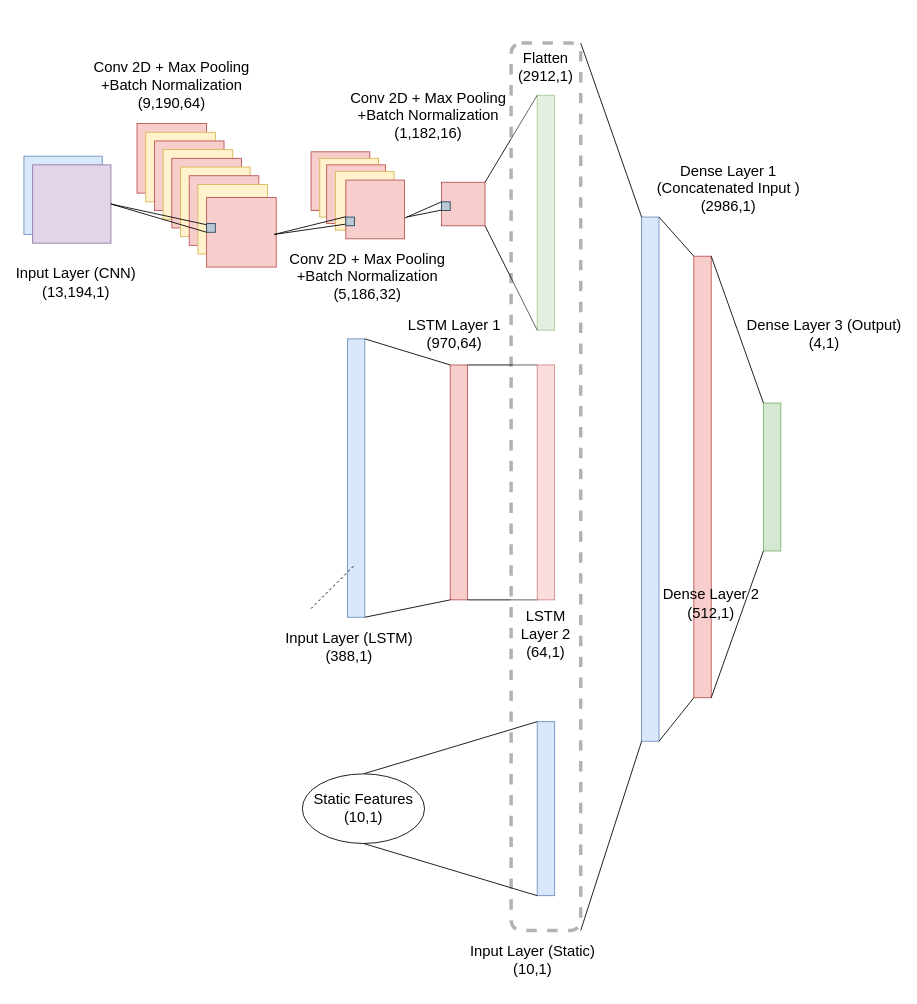
Harsh1347/Audio_fingerprint keeps this draw.io diagram as test_fig.drawio. Above is the earlier version. Source tidied: cells renumbered, new cells numbered last; positions are measured from the earlier drawing's top-left corner, leaving out a move shared by most shapes. Both pictures are drawn from the tidied source at 87%, with x=0, y=0 at pixel (15, 43).
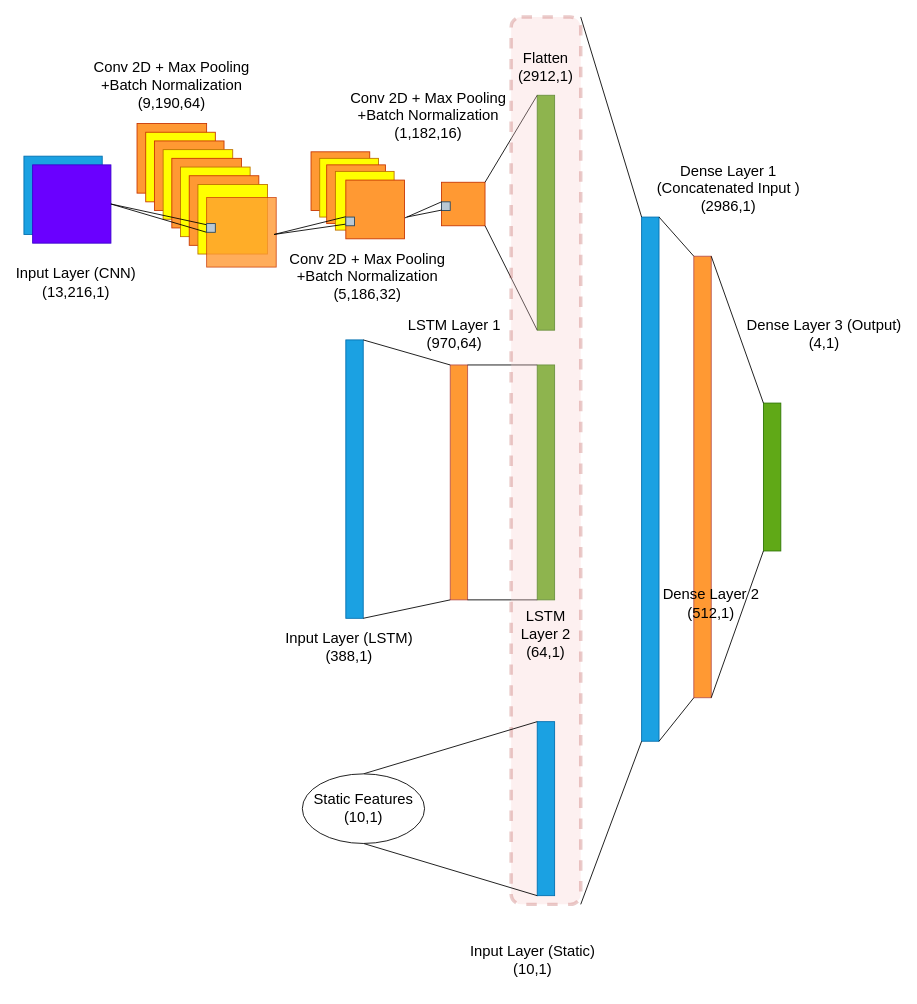
After the change.

Diff of the diagram source:
```diff
@@
-    <mxCell id="2" style="whiteSpace=wrap;html=1;fillColor=#dae8fc;strokeColor=#6c8ebf;" parent="1" vertex="1">
+    <mxCell id="2" style="whiteSpace=wrap;html=1;fillColor=#1ba1e2;strokeColor=#006EAF;fontColor=#ffffff;" parent="1" vertex="1">
       <mxGeometry x="10" y="130" width="90" height="90" as="geometry" />
     </mxCell>
-    <mxCell id="3" style="whiteSpace=wrap;html=1;fillColor=#e1d5e7;strokeColor=#9673a6;" parent="1" vertex="1">
+    <mxCell id="3" style="whiteSpace=wrap;html=1;fillColor=#6a00ff;strokeColor=#3700CC;fontColor=#ffffff;" parent="1" vertex="1">
       <mxGeometry x="20" y="140" width="90" height="90" as="geometry" />
     </mxCell>
-    <mxCell id="4" style="rounded=0;whiteSpace=wrap;html=1;fillColor=#f8cecc;strokeColor=#b85450;" parent="1" vertex="1">
+    <mxCell id="4" style="rounded=0;whiteSpace=wrap;html=1;fillColor=#FF9933;strokeColor=#b85450;" parent="1" vertex="1">
       <mxGeometry x="500" y="370" width="20" height="270" as="geometry" />
     </mxCell>
-    <mxCell id="5" style="whiteSpace=wrap;html=1;fillColor=#f8cecc;strokeColor=#b85450;" parent="1" vertex="1">
+    <mxCell id="5" style="whiteSpace=wrap;html=1;fillColor=#FF9933;strokeColor=#C73500;fontColor=#000000;" parent="1" vertex="1">
       <mxGeometry x="140" y="92.5" width="80" height="80" as="geometry" />
     </mxCell>
-    <mxCell id="6" style="whiteSpace=wrap;html=1;fillColor=#fff2cc;strokeColor=#d6b656;" parent="1" vertex="1">
+    <mxCell id="6" style="whiteSpace=wrap;html=1;fillColor=#FFFF00;strokeColor=#C73500;fontColor=#000000;" parent="1" vertex="1">
       <mxGeometry x="150" y="102.5" width="80" height="80" as="geometry" />
     </mxCell>
-    <mxCell id="7" style="whiteSpace=wrap;html=1;fillColor=#f8cecc;strokeColor=#b85450;" parent="1" vertex="1">
+    <mxCell id="7" style="whiteSpace=wrap;html=1;fillColor=#FF9933;strokeColor=#C73500;fontColor=#000000;" parent="1" vertex="1">
       <mxGeometry x="160" y="112.5" width="80" height="80" as="geometry" />
     </mxCell>
-    <mxCell id="8" style="whiteSpace=wrap;html=1;fillColor=#fff2cc;strokeColor=#d6b656;" parent="1" vertex="1">
+    <mxCell id="8" style="whiteSpace=wrap;html=1;fillColor=#FFFF00;strokeColor=#BD7000;fontColor=#000000;" parent="1" vertex="1">
       <mxGeometry x="170" y="122.5" width="80" height="80" as="geometry" />
     </mxCell>
-    <mxCell id="9" style="whiteSpace=wrap;html=1;fillColor=#f8cecc;strokeColor=#b85450;" parent="1" vertex="1">
+    <mxCell id="9" style="whiteSpace=wrap;html=1;fillColor=#FF9933;strokeColor=#C73500;fontColor=#000000;" parent="1" vertex="1">
       <mxGeometry x="180" y="132.5" width="80" height="80" as="geometry" />
     </mxCell>
-    <mxCell id="10" style="whiteSpace=wrap;html=1;fillColor=#fff2cc;strokeColor=#d6b656;" parent="1" vertex="1">
+    <mxCell id="10" style="whiteSpace=wrap;html=1;fillColor=#FFFF00;strokeColor=#BD7000;fontColor=#000000;" parent="1" vertex="1">
       <mxGeometry x="190" y="142.5" width="80" height="80" as="geometry" />
     </mxCell>
-    <mxCell id="11" style="whiteSpace=wrap;html=1;fillColor=#f8cecc;strokeColor=#b85450;" parent="1" vertex="1">
+    <mxCell id="11" style="whiteSpace=wrap;html=1;fillColor=#FF9933;strokeColor=#C73500;fontColor=#000000;" parent="1" vertex="1">
       <mxGeometry x="200" y="152.5" width="80" height="80" as="geometry" />
     </mxCell>
-    <mxCell id="12" style="whiteSpace=wrap;html=1;fillColor=#fff2cc;strokeColor=#d6b656;" parent="1" vertex="1">
+    <mxCell id="12" style="whiteSpace=wrap;html=1;fillColor=#FFFF00;strokeColor=#BD7000;fontColor=#000000;" parent="1" vertex="1">
       <mxGeometry x="210" y="162.5" width="80" height="80" as="geometry" />
     </mxCell>
-    <mxCell id="13" style="whiteSpace=wrap;html=1;fillColor=#f8cecc;strokeColor=#b85450;" parent="1" vertex="1">
+    <mxCell id="13" style="whiteSpace=wrap;html=1;fillColor=#FF9933;strokeColor=#C73500;fontColor=#000000;opacity=80;" parent="1" vertex="1">
       <mxGeometry x="220" y="177.5" width="80" height="80" as="geometry" />
     </mxCell>
-    <mxCell id="14" style="whiteSpace=wrap;html=1;fillColor=#f8cecc;strokeColor=#b85450;" parent="1" vertex="1">
+    <mxCell id="14" style="whiteSpace=wrap;html=1;fillColor=#FF9933;strokeColor=#C73500;fontColor=#000000;" parent="1" vertex="1">
       <mxGeometry x="490" y="160" width="50" height="50" as="geometry" />
     </mxCell>
-    <mxCell id="15" style="whiteSpace=wrap;html=1;fillColor=#f8cecc;strokeColor=#b85450;" parent="1" vertex="1">
+    <mxCell id="15" style="whiteSpace=wrap;html=1;fillColor=#FF9933;strokeColor=#C73500;fontColor=#000000;" parent="1" vertex="1">
       <mxGeometry x="340" y="125" width="67.5" height="67.5" as="geometry" />
     </mxCell>
-    <mxCell id="16" style="whiteSpace=wrap;html=1;fillColor=#fff2cc;strokeColor=#d6b656;" parent="1" vertex="1">
+    <mxCell id="16" style="whiteSpace=wrap;html=1;fillColor=#FFFF00;strokeColor=#BD7000;fontColor=#000000;" parent="1" vertex="1">
       <mxGeometry x="350" y="132.5" width="67.5" height="67.5" as="geometry" />
     </mxCell>
-    <mxCell id="17" style="whiteSpace=wrap;html=1;fillColor=#f8cecc;strokeColor=#b85450;" parent="1" vertex="1">
+    <mxCell id="17" style="whiteSpace=wrap;html=1;fillColor=#FF9933;strokeColor=#C73500;fontColor=#000000;" parent="1" vertex="1">
       <mxGeometry x="358" y="140" width="67.5" height="67.5" as="geometry" />
     </mxCell>
-    <mxCell id="18" style="whiteSpace=wrap;html=1;fillColor=#fff2cc;strokeColor=#d6b656;" parent="1" vertex="1">
+    <mxCell id="18" style="whiteSpace=wrap;html=1;fillColor=#FFFF00;strokeColor=#BD7000;fontColor=#000000;" parent="1" vertex="1">
       <mxGeometry x="368" y="147.5" width="67.5" height="67.5" as="geometry" />
     </mxCell>
-    <mxCell id="19" style="whiteSpace=wrap;html=1;fillColor=#f8cecc;strokeColor=#b85450;" parent="1" vertex="1">
+    <mxCell id="19" style="whiteSpace=wrap;html=1;fillColor=#FF9933;strokeColor=#C73500;fontColor=#000000;" parent="1" vertex="1">
       <mxGeometry x="380" y="157.5" width="67.5" height="67.5" as="geometry" />
     </mxCell>
-    <mxCell id="20" style="rounded=0;whiteSpace=wrap;html=1;fillColor=#d5e8d4;strokeColor=#82b366;" parent="1" vertex="1">
+    <mxCell id="20" style="rounded=0;whiteSpace=wrap;html=1;fillColor=#60a917;strokeColor=#2D7600;fontColor=#ffffff;" parent="1" vertex="1">
       <mxGeometry x="600" y="60" width="20" height="270" as="geometry" />
     </mxCell>
-    <mxCell id="21" style="rounded=0;whiteSpace=wrap;html=1;fillColor=#dae8fc;strokeColor=#6c8ebf;" parent="1" vertex="1">
-      <mxGeometry x="381.8" y="340" width="20" height="320" as="geometry" />
+    <mxCell id="21" style="rounded=0;whiteSpace=wrap;html=1;fillColor=#1ba1e2;strokeColor=#006EAF;fontColor=#ffffff;" parent="1" vertex="1">
+      <mxGeometry x="380" y="341.2" width="20" height="320" as="geometry" />
     </mxCell>
-    <mxCell id="22" style="rounded=0;whiteSpace=wrap;html=1;fillColor=#f8cecc;strokeColor=#b85450;" parent="1" vertex="1">
+    <mxCell id="22" style="rounded=0;whiteSpace=wrap;html=1;fillColor=#60a917;strokeColor=#2D7600;fontColor=#ffffff;" parent="1" vertex="1">
       <mxGeometry x="600" y="370" width="20" height="270" as="geometry" />
     </mxCell>
-    <mxCell id="23" style="rounded=0;whiteSpace=wrap;html=1;fillColor=#dae8fc;strokeColor=#6c8ebf;" parent="1" vertex="1">
+    <mxCell id="23" style="rounded=0;whiteSpace=wrap;html=1;fillColor=#1ba1e2;strokeColor=#006EAF;fontColor=#ffffff;" parent="1" vertex="1">
       <mxGeometry x="720" y="200" width="20" height="602.5" as="geometry" />
     </mxCell>
-    <mxCell id="24" style="rounded=0;whiteSpace=wrap;html=1;fillColor=#f8cecc;strokeColor=#b85450;" parent="1" vertex="1">
+    <mxCell id="24" style="rounded=0;whiteSpace=wrap;html=1;fillColor=#FF9933;strokeColor=#b85450;" parent="1" vertex="1">
       <mxGeometry x="780" y="245" width="20" height="507.5" as="geometry" />
     </mxCell>
-    <mxCell id="25" style="rounded=0;whiteSpace=wrap;html=1;fillColor=#d5e8d4;strokeColor=#82b366;" parent="1" vertex="1">
+    <mxCell id="25" style="rounded=0;whiteSpace=wrap;html=1;fillColor=#60a917;strokeColor=#2D7600;fontColor=#ffffff;" parent="1" vertex="1">
       <mxGeometry x="860" y="413.8" width="20" height="170" as="geometry" />
     </mxCell>
@@
-    <mxCell id="45" style="rounded=1;whiteSpace=wrap;html=1;opacity=30;shadow=0;sketch=0;glass=0;dashed=1;strokeWidth=4;" parent="1" vertex="1">
-      <mxGeometry x="570" width="80" height="1020" as="geometry" />
+    <mxCell id="45" style="rounded=1;whiteSpace=wrap;html=1;opacity=30;shadow=0;sketch=0;glass=0;dashed=1;strokeWidth=4;fillColor=#f8cecc;strokeColor=#b85450;" parent="1" vertex="1">
+      <mxGeometry x="570" y="-30" width="80" height="1020" as="geometry" />
     </mxCell>
@@
-    <mxCell id="48" value="&lt;p style=&quot;line-height: 110%&quot;&gt;&lt;/p&gt;&lt;div style=&quot;font-size: 17px&quot;&gt;&lt;font style=&quot;font-size: 17px&quot;&gt;Input Layer (CNN)&lt;br&gt;&lt;/font&gt;&lt;/div&gt;&lt;div style=&quot;font-size: 17px&quot;&gt;&lt;font style=&quot;font-size: 17px&quot;&gt;(13,194,1)&lt;br&gt;&lt;/font&gt;&lt;/div&gt;&lt;p&gt;&lt;/p&gt;" style="text;html=1;strokeColor=none;fillColor=none;align=center;verticalAlign=middle;whiteSpace=wrap;rounded=0;shadow=0;glass=0;sketch=0;opacity=30;" parent="1" vertex="1">
+    <mxCell id="48" value="&lt;p style=&quot;line-height: 110%&quot;&gt;&lt;/p&gt;&lt;div style=&quot;font-size: 17px&quot;&gt;&lt;font style=&quot;font-size: 17px&quot;&gt;Input Layer (CNN)&lt;br&gt;&lt;/font&gt;&lt;/div&gt;&lt;div style=&quot;font-size: 17px&quot;&gt;&lt;font style=&quot;font-size: 17px&quot;&gt;(13,216,1)&lt;br&gt;&lt;/font&gt;&lt;/div&gt;&lt;p&gt;&lt;/p&gt;" style="text;html=1;strokeColor=none;fillColor=none;align=center;verticalAlign=middle;whiteSpace=wrap;rounded=0;shadow=0;glass=0;sketch=0;opacity=30;" parent="1" vertex="1">
       <mxGeometry y="242.5" width="140" height="67.5" as="geometry" />
     </mxCell>
@@
-    <mxCell id="59" style="rounded=0;whiteSpace=wrap;html=1;fillColor=#dae8fc;strokeColor=#6c8ebf;" parent="1" vertex="1">
+    <mxCell id="59" style="rounded=0;whiteSpace=wrap;html=1;fillColor=#1ba1e2;strokeColor=#006EAF;fontColor=#ffffff;" parent="1" vertex="1">
       <mxGeometry x="600" y="780" width="20" height="200" as="geometry" />
     </mxCell>
@@
-    <mxCell id="64" style="endArrow=none;dashed=1;html=1;" parent="1" edge="1">
-      <mxGeometry relative="1" as="geometry">
-        <mxPoint x="340" y="650" as="sourcePoint" />
-        <mxPoint x="390" y="600" as="targetPoint" />
-      </mxGeometry>
-    </mxCell>
```
